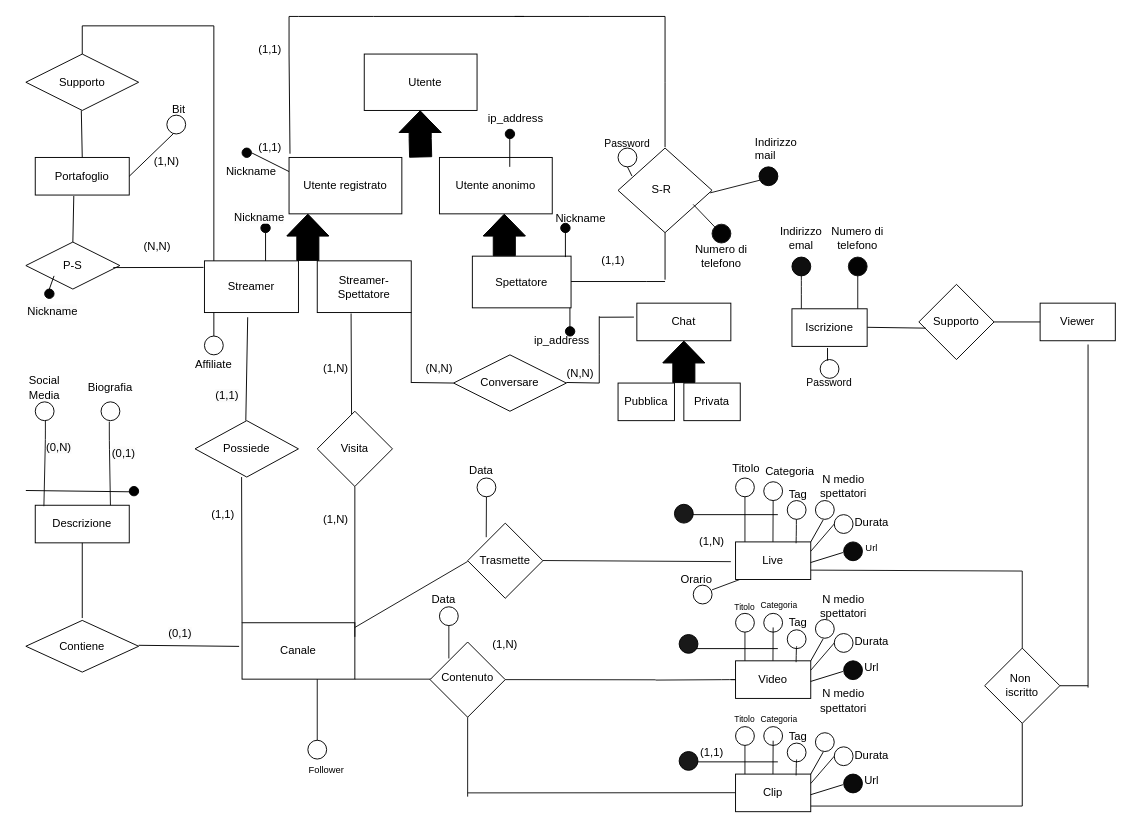
This is e-r_revised_hypothesis.drawio from Popper002/Streaming-Service-Db-project-unito, a draw.io file, before an edit. Source tidied: cells renumbered, new cells numbered last; positions are measured from the earlier drawing's top-left corner, leaving out a move shared by most shapes. Both pictures are drawn from the tidied source at 94%, with x=0, y=0 at pixel (16, 16).
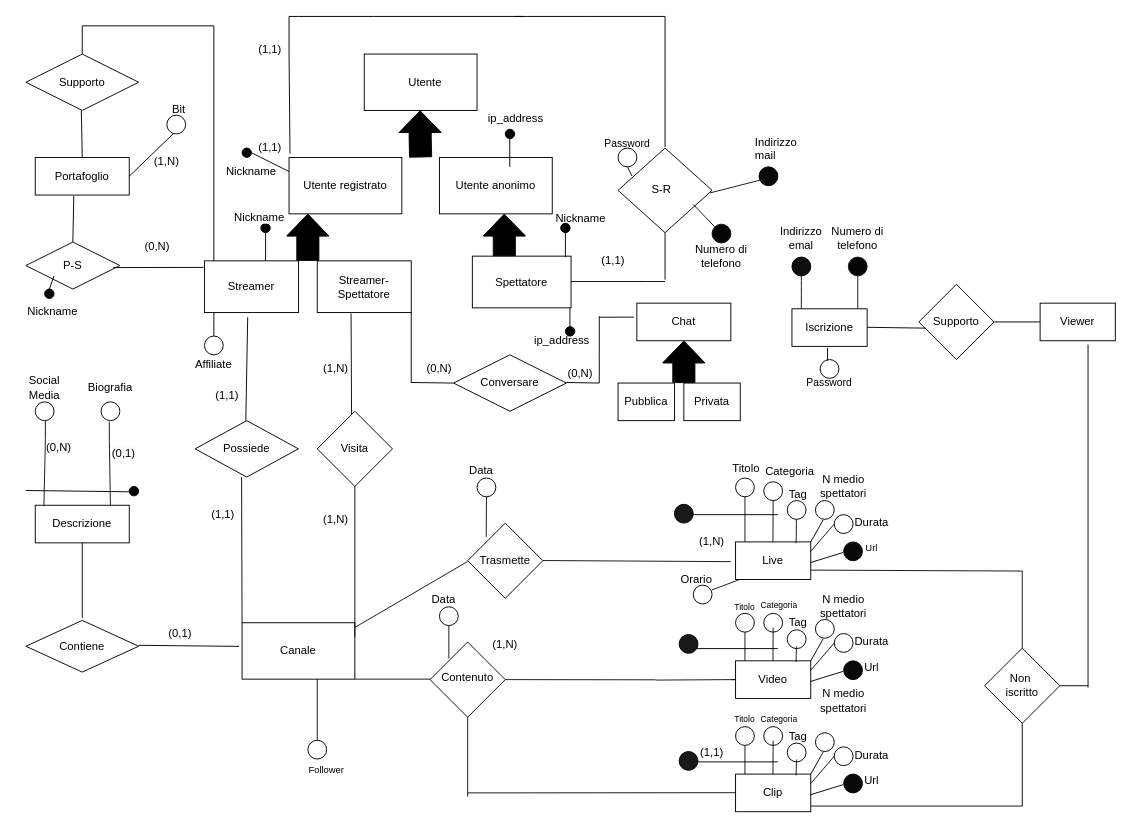
Above is the later version.

Change to the diagram source:
```diff
@@
-    <mxCell id="95" value="(N,N)" style="text;html=1;strokeColor=none;fillColor=none;align=center;verticalAlign=middle;whiteSpace=wrap;rounded=0;" parent="1" vertex="1">
+    <mxCell id="95" value="(0,N)" style="text;html=1;strokeColor=none;fillColor=none;align=center;verticalAlign=middle;whiteSpace=wrap;rounded=0;" parent="1" vertex="1">
       <mxGeometry x="120" y="230" width="60" height="30" as="geometry" />
     </mxCell>
@@
-    <mxCell id="118" value="(N,N)" style="text;html=1;strokeColor=none;fillColor=none;align=center;verticalAlign=middle;whiteSpace=wrap;rounded=0;" parent="1" vertex="1">
+    <mxCell id="118" value="(0,N)" style="text;html=1;strokeColor=none;fillColor=none;align=center;verticalAlign=middle;whiteSpace=wrap;rounded=0;" parent="1" vertex="1">
       <mxGeometry x="420" y="360" width="60" height="30" as="geometry" />
     </mxCell>
-    <mxCell id="119" value="(N,N)" style="text;html=1;strokeColor=none;fillColor=none;align=center;verticalAlign=middle;whiteSpace=wrap;rounded=0;" parent="1" vertex="1">
+    <mxCell id="119" value="(0,N)" style="text;html=1;strokeColor=none;fillColor=none;align=center;verticalAlign=middle;whiteSpace=wrap;rounded=0;" parent="1" vertex="1">
       <mxGeometry x="570" y="365" width="60" height="30" as="geometry" />
     </mxCell>
```
